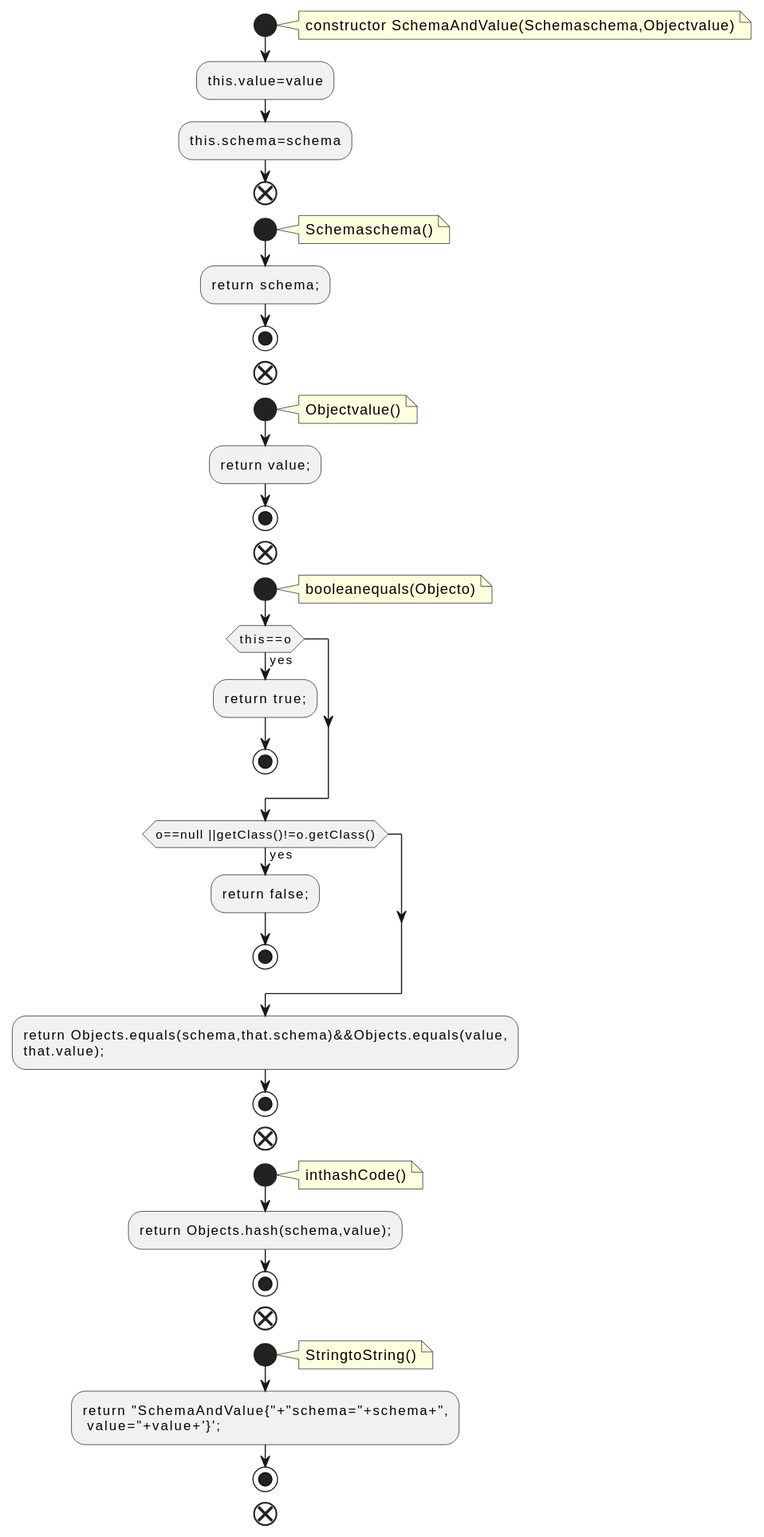
qualitesys/kafka keeps this PlantUML diagram as docs/qc/connect/api/src/main/java/org/apache/kafka/connect/data/SchemaAndValue.java.fct.svg. Above is the earlier version.
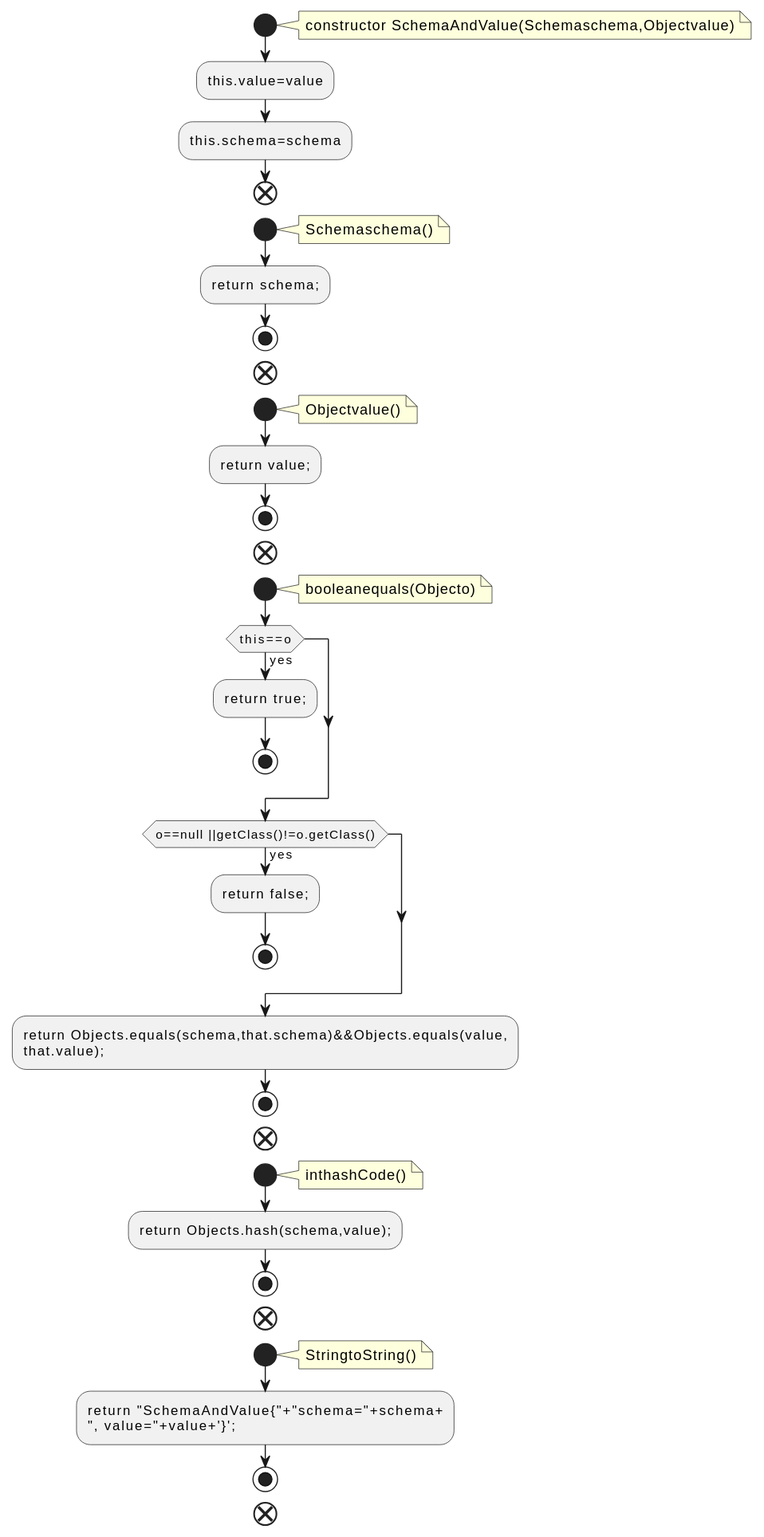
After the change.

Change to the diagram source:
```diff
@@ -48,8 +48,8 @@
 note right
 StringtoString()
 end note
-:return "SchemaAndValue{"+"schema="+schema+",
- value="+value+'}';;
+:return "SchemaAndValue{"+"schema="+schema+
+", value="+value+'}';;
 stop
 end
 @enduml
```
